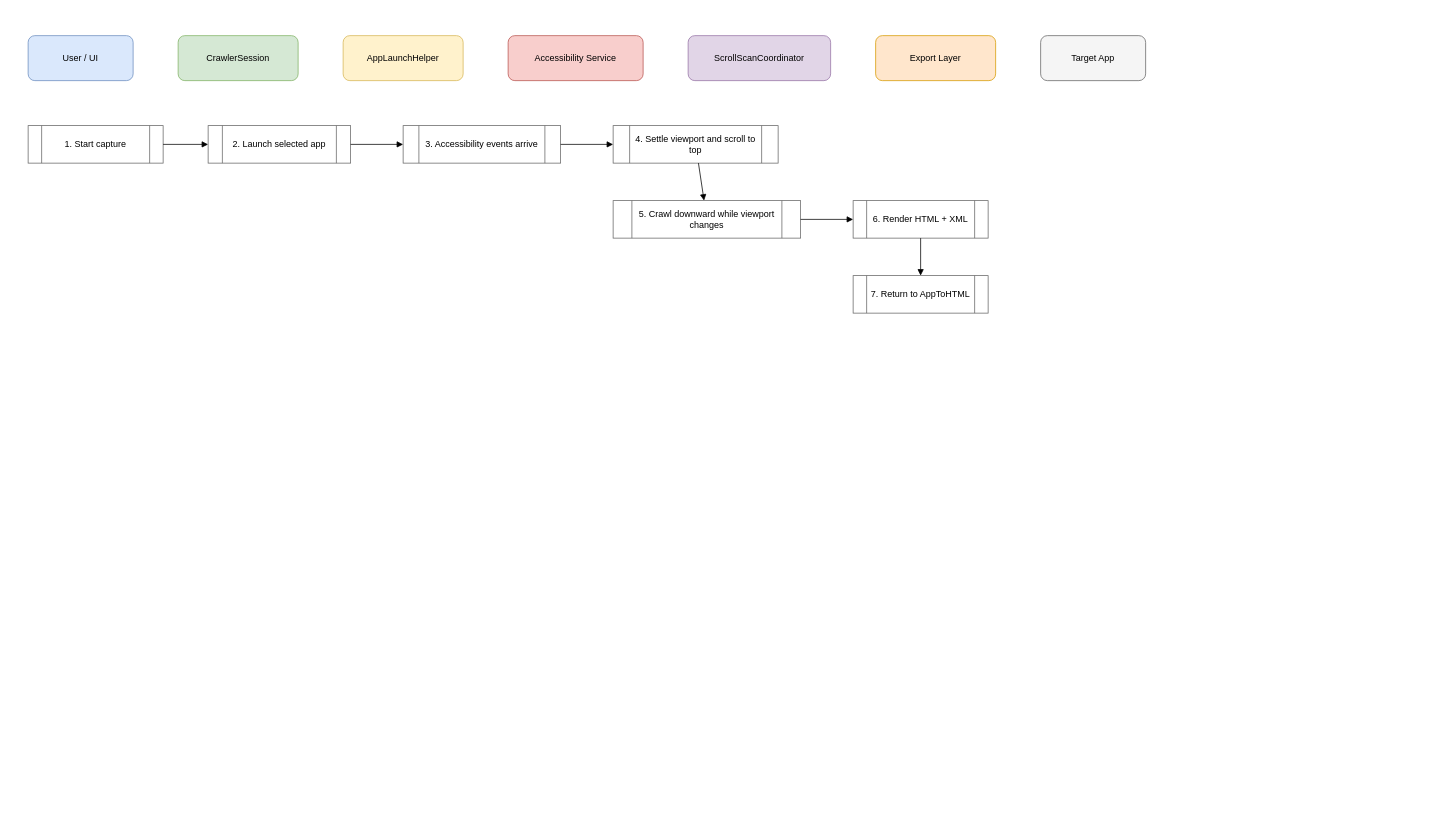
The draw.io diagram documentation/crawler-sequence.drawio in OCiobanu8/AppToHTML, before the edit. Source tidied: cells renumbered, new cells numbered last; positions are measured from the earlier drawing's top-left corner, leaving out a move shared by most shapes. Both pictures are drawn from the tidied source at 75%, with x=0, y=0 at pixel (28, 35).
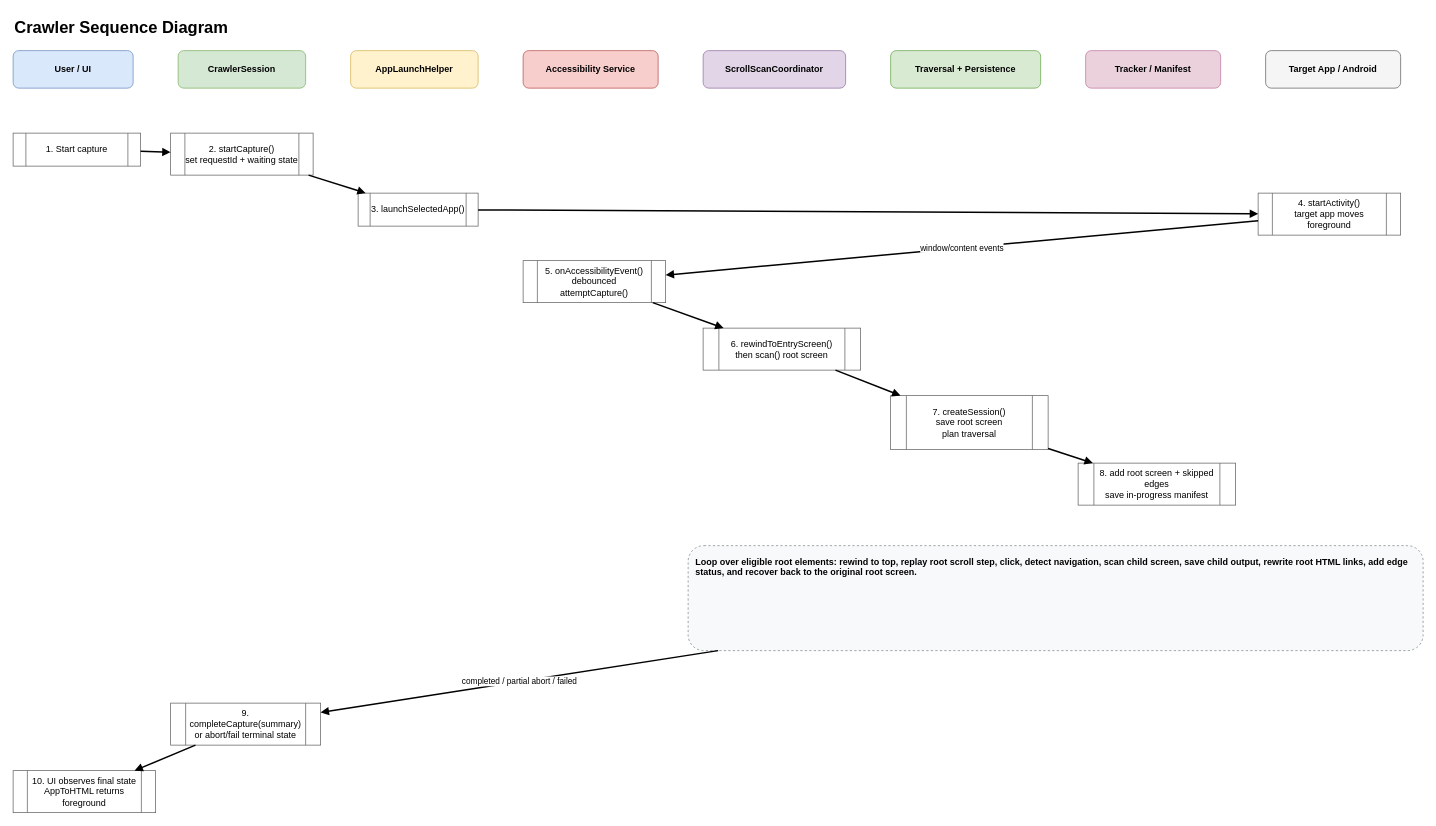
Above is the later version.

Commit message (it also covers changes not shown here):
Add child crawl persistence and crawler diagrams

Change to the diagram source:
```diff
@@
+    <mxCell id="22" value="Crawler Sequence Diagram" style="text;html=1;strokeColor=none;fillColor=none;align=left;fontStyle=1;fontSize=22;" parent="1" vertex="1">
+      <mxGeometry x="-20" y="-30" width="320" height="30" as="geometry" />
+    </mxCell>
-    <mxCell id="2" value="User / UI" style="rounded=1;whiteSpace=wrap;html=1;fillColor=#dae8fc;strokeColor=#6c8ebf;" parent="1" vertex="1">
-      <mxGeometry width="140" height="60" as="geometry" />
+    <mxCell id="2" value="User / UI" style="rounded=1;whiteSpace=wrap;html=1;fillColor=#dae8fc;strokeColor=#6c8ebf;fontStyle=1;" parent="1" vertex="1">
+      <mxGeometry x="-20" y="20" width="160" height="50" as="geometry" />
     </mxCell>
-    <mxCell id="3" value="CrawlerSession" style="rounded=1;whiteSpace=wrap;html=1;fillColor=#d5e8d4;strokeColor=#82b366;" parent="1" vertex="1">
-      <mxGeometry x="200" width="160" height="60" as="geometry" />
+    <mxCell id="3" value="CrawlerSession" style="rounded=1;whiteSpace=wrap;html=1;fillColor=#d5e8d4;strokeColor=#82b366;fontStyle=1;" parent="1" vertex="1">
+      <mxGeometry x="200" y="20" width="170" height="50" as="geometry" />
     </mxCell>
-    <mxCell id="4" value="AppLaunchHelper" style="rounded=1;whiteSpace=wrap;html=1;fillColor=#fff2cc;strokeColor=#d6b656;" parent="1" vertex="1">
-      <mxGeometry x="420" width="160" height="60" as="geometry" />
+    <mxCell id="4" value="AppLaunchHelper" style="rounded=1;whiteSpace=wrap;html=1;fillColor=#fff2cc;strokeColor=#d6b656;fontStyle=1;" parent="1" vertex="1">
+      <mxGeometry x="430" y="20" width="170" height="50" as="geometry" />
     </mxCell>
-    <mxCell id="5" value="Accessibility Service" style="rounded=1;whiteSpace=wrap;html=1;fillColor=#f8cecc;strokeColor=#b85450;" parent="1" vertex="1">
-      <mxGeometry x="640" width="180" height="60" as="geometry" />
+    <mxCell id="5" value="Accessibility Service" style="rounded=1;whiteSpace=wrap;html=1;fillColor=#f8cecc;strokeColor=#b85450;fontStyle=1;" parent="1" vertex="1">
+      <mxGeometry x="660" y="20" width="180" height="50" as="geometry" />
     </mxCell>
-    <mxCell id="6" value="ScrollScanCoordinator" style="rounded=1;whiteSpace=wrap;html=1;fillColor=#e1d5e7;strokeColor=#9673a6;" parent="1" vertex="1">
-      <mxGeometry x="880" width="190" height="60" as="geometry" />
+    <mxCell id="6" value="ScrollScanCoordinator" style="rounded=1;whiteSpace=wrap;html=1;fillColor=#e1d5e7;strokeColor=#9673a6;fontStyle=1;" parent="1" vertex="1">
+      <mxGeometry x="900" y="20" width="190" height="50" as="geometry" />
     </mxCell>
-    <mxCell id="7" value="Export Layer" style="rounded=1;whiteSpace=wrap;html=1;fillColor=#ffe6cc;strokeColor=#d79b00;" parent="1" vertex="1">
-      <mxGeometry x="1130" width="160" height="60" as="geometry" />
-    </mxCell>
-    <mxCell id="8" value="Target App" style="rounded=1;whiteSpace=wrap;html=1;fillColor=#f5f5f5;strokeColor=#666666;" parent="1" vertex="1">
-      <mxGeometry x="1350" width="140" height="60" as="geometry" />
-    </mxCell>
+    <mxCell id="23" value="Traversal + Persistence" style="rounded=1;whiteSpace=wrap;html=1;fillColor=#d9ead3;strokeColor=#6aa84f;fontStyle=1;" parent="1" vertex="1">
+      <mxGeometry x="1150" y="20" width="200" height="50" as="geometry" />
+    </mxCell>
+    <mxCell id="24" value="Tracker / Manifest" style="rounded=1;whiteSpace=wrap;html=1;fillColor=#ead1dc;strokeColor=#c27ba0;fontStyle=1;" parent="1" vertex="1">
+      <mxGeometry x="1410" y="20" width="180" height="50" as="geometry" />
+    </mxCell>
+    <mxCell id="25" value="Target App / Android" style="rounded=1;whiteSpace=wrap;html=1;fillColor=#f5f5f5;strokeColor=#666666;fontStyle=1;" parent="1" vertex="1">
+      <mxGeometry x="1650" y="20" width="180" height="50" as="geometry" />
+    </mxCell>
     <mxCell id="9" value="1. Start capture" style="shape=process;whiteSpace=wrap;html=1;fillColor=#ffffff;strokeColor=#666666;" parent="1" vertex="1">
-      <mxGeometry y="120" width="180" height="50" as="geometry" />
+      <mxGeometry x="-20" y="130" width="170" height="44" as="geometry" />
     </mxCell>
-    <mxCell id="10" value="2. Launch selected app" style="shape=process;whiteSpace=wrap;html=1;fillColor=#ffffff;strokeColor=#666666;" parent="1" vertex="1">
-      <mxGeometry x="240" y="120" width="190" height="50" as="geometry" />
+    <mxCell id="10" value="2. startCapture()&#10;set requestId + waiting state" style="shape=process;whiteSpace=wrap;html=1;fillColor=#ffffff;strokeColor=#666666;" parent="1" vertex="1">
+      <mxGeometry x="190" y="130" width="190" height="56" as="geometry" />
     </mxCell>
-    <mxCell id="11" value="3. Accessibility events arrive" style="shape=process;whiteSpace=wrap;html=1;fillColor=#ffffff;strokeColor=#666666;" parent="1" vertex="1">
-      <mxGeometry x="500" y="120" width="210" height="50" as="geometry" />
+    <mxCell id="11" value="3. launchSelectedApp()" style="shape=process;whiteSpace=wrap;html=1;fillColor=#ffffff;strokeColor=#666666;" parent="1" vertex="1">
+      <mxGeometry x="440" y="210" width="160" height="44" as="geometry" />
     </mxCell>
-    <mxCell id="12" value="4. Settle viewport and scroll to top" style="shape=process;whiteSpace=wrap;html=1;fillColor=#ffffff;strokeColor=#666666;" parent="1" vertex="1">
-      <mxGeometry x="780" y="120" width="220" height="50" as="geometry" />
+    <mxCell id="12" value="4. startActivity()&#10;target app moves foreground" style="shape=process;whiteSpace=wrap;html=1;fillColor=#ffffff;strokeColor=#666666;" parent="1" vertex="1">
+      <mxGeometry x="1640" y="210" width="190" height="56" as="geometry" />
     </mxCell>
-    <mxCell id="13" value="5. Crawl downward while viewport changes" style="shape=process;whiteSpace=wrap;html=1;fillColor=#ffffff;strokeColor=#666666;" parent="1" vertex="1">
-      <mxGeometry x="780" y="220" width="250" height="50" as="geometry" />
+    <mxCell id="13" value="5. onAccessibilityEvent()&#10;debounced attemptCapture()" style="shape=process;whiteSpace=wrap;html=1;fillColor=#ffffff;strokeColor=#666666;" parent="1" vertex="1">
+      <mxGeometry x="660" y="300" width="190" height="56" as="geometry" />
     </mxCell>
-    <mxCell id="14" value="6. Render HTML + XML" style="shape=process;whiteSpace=wrap;html=1;fillColor=#ffffff;strokeColor=#666666;" parent="1" vertex="1">
-      <mxGeometry x="1100" y="220" width="180" height="50" as="geometry" />
+    <mxCell id="14" value="6. rewindToEntryScreen()&#10;then scan() root screen" style="shape=process;whiteSpace=wrap;html=1;fillColor=#ffffff;strokeColor=#666666;" parent="1" vertex="1">
+      <mxGeometry x="900" y="390" width="210" height="56" as="geometry" />
     </mxCell>
-    <mxCell id="15" value="7. Return to AppToHTML" style="shape=process;whiteSpace=wrap;html=1;fillColor=#ffffff;strokeColor=#666666;" parent="1" vertex="1">
-      <mxGeometry x="1100" y="320" width="180" height="50" as="geometry" />
+    <mxCell id="15" value="7. createSession()&#10;save root screen&#10;plan traversal" style="shape=process;whiteSpace=wrap;html=1;fillColor=#ffffff;strokeColor=#666666;" parent="1" vertex="1">
+      <mxGeometry x="1150" y="480" width="210" height="72" as="geometry" />
     </mxCell>
+    <mxCell id="26" value="8. add root screen + skipped edges&#10;save in-progress manifest" style="shape=process;whiteSpace=wrap;html=1;fillColor=#ffffff;strokeColor=#666666;" parent="1" vertex="1">
+      <mxGeometry x="1400" y="570" width="210" height="56" as="geometry" />
+    </mxCell>
+    <mxCell id="27" value="Loop over eligible root elements: rewind to top, replay root scroll step, click, detect navigation, scan child screen, save child output, rewrite root HTML links, add edge status, and recover back to the original root screen." style="rounded=1;whiteSpace=wrap;html=1;fillColor=#f8f9fa;strokeColor=#7f8c8d;dashed=1;align=left;verticalAlign=top;spacing=10;fontStyle=1;" parent="1" vertex="1">
+      <mxGeometry x="880" y="680" width="980" height="140" as="geometry" />
+    </mxCell>
+    <mxCell id="28" value="9. completeCapture(summary)&#10;or abort/fail terminal state" style="shape=process;whiteSpace=wrap;html=1;fillColor=#ffffff;strokeColor=#666666;" parent="1" vertex="1">
+      <mxGeometry x="190" y="890" width="200" height="56" as="geometry" />
+    </mxCell>
+    <mxCell id="29" value="10. UI observes final state&#10;AppToHTML returns foreground" style="shape=process;whiteSpace=wrap;html=1;fillColor=#ffffff;strokeColor=#666666;" parent="1" vertex="1">
+      <mxGeometry x="-20" y="980" width="190" height="56" as="geometry" />
+    </mxCell>
-    <mxCell id="16" style="endArrow=block;html=1;" parent="1" edge="1" source="9" target="10">
+    <mxCell id="16" style="endArrow=block;html=1;strokeWidth=2;" parent="1" edge="1" source="9" target="10">
       <mxGeometry relative="1" as="geometry" />
     </mxCell>
-    <mxCell id="17" style="endArrow=block;html=1;" parent="1" edge="1" source="10" target="11">
+    <mxCell id="17" style="endArrow=block;html=1;strokeWidth=2;" parent="1" edge="1" source="10" target="11">
       <mxGeometry relative="1" as="geometry" />
     </mxCell>
-    <mxCell id="18" style="endArrow=block;html=1;" parent="1" edge="1" source="11" target="12">
+    <mxCell id="18" style="endArrow=block;html=1;strokeWidth=2;" parent="1" edge="1" source="11" target="12">
       <mxGeometry relative="1" as="geometry" />
     </mxCell>
-    <mxCell id="19" style="endArrow=block;html=1;" parent="1" edge="1" source="12" target="13">
+    <mxCell id="19" value="window/content events" style="endArrow=block;html=1;strokeWidth=2;" parent="1" edge="1" source="12" target="13">
       <mxGeometry relative="1" as="geometry" />
     </mxCell>
-    <mxCell id="20" style="endArrow=block;html=1;" parent="1" edge="1" source="13" target="14">
+    <mxCell id="20" style="endArrow=block;html=1;strokeWidth=2;" parent="1" edge="1" source="13" target="14">
       <mxGeometry relative="1" as="geometry" />
     </mxCell>
-    <mxCell id="21" style="endArrow=block;html=1;" parent="1" edge="1" source="14" target="15">
+    <mxCell id="21" style="endArrow=block;html=1;strokeWidth=2;" parent="1" edge="1" source="14" target="15">
       <mxGeometry relative="1" as="geometry" />
     </mxCell>
+    <mxCell id="30" style="endArrow=block;html=1;strokeWidth=2;" parent="1" edge="1" source="15" target="26">
+      <mxGeometry relative="1" as="geometry" />
+    </mxCell>
+    <mxCell id="31" value="completed / partial abort / failed" style="endArrow=block;html=1;strokeWidth=2;" parent="1" edge="1" source="27" target="28">
+      <mxGeometry relative="1" as="geometry" />
+    </mxCell>
+    <mxCell id="32" style="endArrow=block;html=1;strokeWidth=2;" parent="1" edge="1" source="28" target="29">
+      <mxGeometry relative="1" as="geometry" />
+    </mxCell>
```
